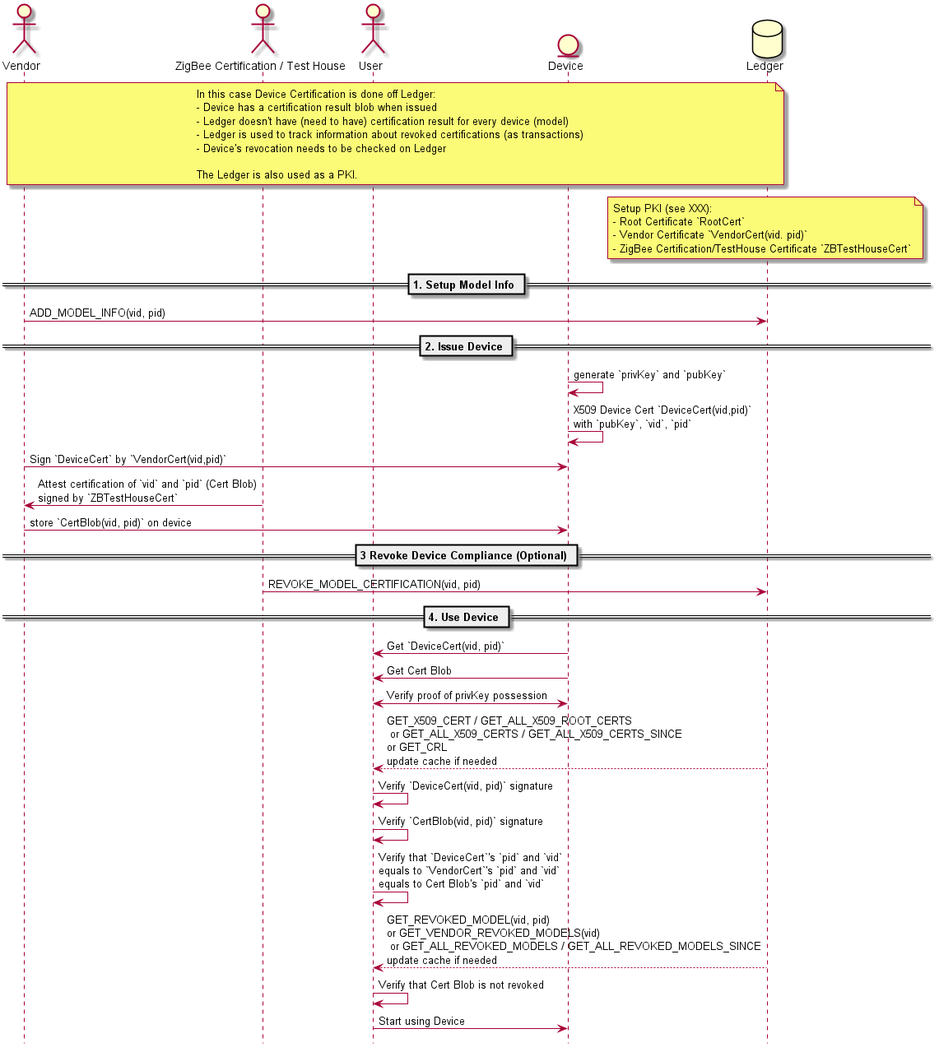
Earlier version of the PlantUML export docs/use_cases/use_cases_device_off_ledger_certification.png (zigbee-alliance/distributed-compliance-ledger).
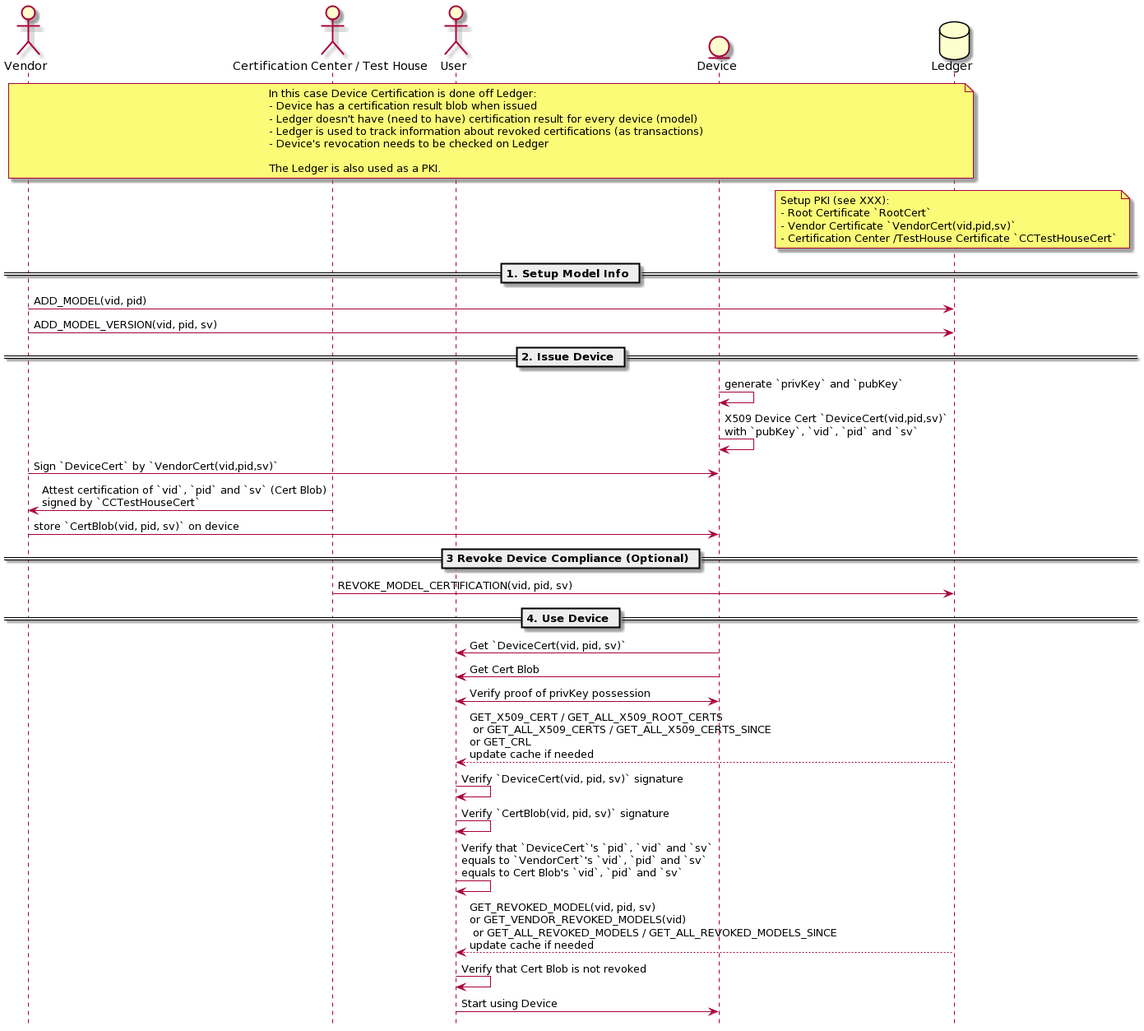
After the change.

The edit, as a diff of the source:
```diff
@@ -3,7 +3,7 @@
 hide footbox
 
 actor Vendor as V
-actor "ZigBee Certification / Test House" as ZB
+actor "Certification Center / Test House" as CC
 actor User as U
 entity Device as D
 database Ledger as L
@@ -21,35 +21,33 @@
 note over L
 Setup PKI (see XXX):
 - Root Certificate `RootCert`
-- Vendor Certificate `VendorCert(vid. pid)`
-- ZigBee Certification/TestHouse Certificate `ZBTestHouseCert`
+- Vendor Certificate `VendorCert(vid,pid,sv)`
+- Certification Center /TestHouse Certificate `CCTestHouseCert`
 end note
 
 == 1. Setup Model Info ==
-V -> L: ADD_MODEL_INFO(vid, pid)
+V -> L: ADD_MODEL(vid, pid)
+V -> L: ADD_MODEL_VERSION(vid, pid, sv)
 
 == 2. Issue Device ==
 D -> D: generate `privKey` and `pubKey`
-D -> D: X509 Device Cert `DeviceCert(vid,pid)`\nwith `pubKey`, `vid`, `pid`
-V -> D: Sign `DeviceCert` by `VendorCert(vid,pid)`
-ZB -> V: Attest certification of `vid` and `pid` (Cert Blob)\nsigned by `ZBTestHouseCert`
-V -> D: store `CertBlob(vid, pid)` on device
+D -> D: X509 Device Cert `DeviceCert(vid,pid,sv)`\nwith `pubKey`, `vid`, `pid` and `sv`
+V -> D: Sign `DeviceCert` by `VendorCert(vid,pid,sv)`
+CC -> V: Attest certification of `vid`, `pid` and `sv` (Cert Blob)\nsigned by `CCTestHouseCert`
+V -> D: store `CertBlob(vid, pid, sv)` on device
 
 == 3 Revoke Device Compliance (Optional) ==
-ZB -> L: REVOKE_MODEL_CERTIFICATION(vid, pid)
+CC -> L: REVOKE_MODEL_CERTIFICATION(vid, pid, sv)
 
 == 4. Use Device ==
-U <- D: Get `DeviceCert(vid, pid)`
+U <- D: Get `DeviceCert(vid, pid, sv)`
 U <- D: Get Cert Blob
 U <-> D: Verify proof of privKey possession
 U <-- L: GET_X509_CERT / GET_ALL_X509_ROOT_CERTS\n or GET_ALL_X509_CERTS / GET_ALL_X509_CERTS_SINCE\nor GET_CRL\nupdate cache if needed
-U -> U: Verify `DeviceCert(vid, pid)` signature
-U -> U: Verify `CertBlob(vid, pid)` signature
-U -> U: Verify that `DeviceCert`'s `pid` and `vid`\nequals to `VendorCert`'s `pid` and `vid`\nequals to Cert Blob's `pid` and `vid`
-U <-- L: GET_REVOKED_MODEL(vid, pid)\nor GET_VENDOR_REVOKED_MODELS(vid)\n or GET_ALL_REVOKED_MODELS / GET_ALL_REVOKED_MODELS_SINCE\nupdate cache if needed
+U -> U: Verify `DeviceCert(vid, pid, sv)` signature
+U -> U: Verify `CertBlob(vid, pid, sv)` signature
+U -> U: Verify that `DeviceCert`'s `pid`, `vid` and `sv`\nequals to `VendorCert`'s `vid`, `pid` and `sv`\nequals to Cert Blob's `vid`, `pid` and `sv`
+U <-- L: GET_REVOKED_MODEL(vid, pid, sv)\nor GET_VENDOR_REVOKED_MODELS(vid)\n or GET_ALL_REVOKED_MODELS / GET_ALL_REVOKED_MODELS_SINCE\nupdate cache if needed
 U -> U: Verify that Cert Blob is not revoked
 U -> D: Start using Device
-
-
-
 @enduml
```
